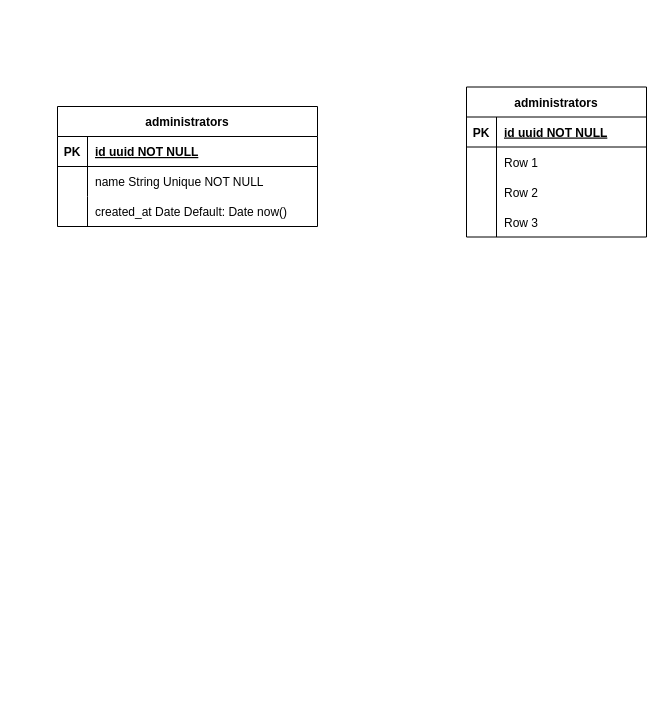
gabrieldouurado/draw.io-reposotory keeps this draw.io diagram as Diagrama sem nome.drawio. Above is the earlier version. Source tidied: cells renumbered, new cells numbered last; positions are measured from the earlier drawing's top-left corner, leaving out a move shared by most shapes. Both pictures are drawn from the tidied source at 100%, with x=0, y=0 at pixel (57, 86).
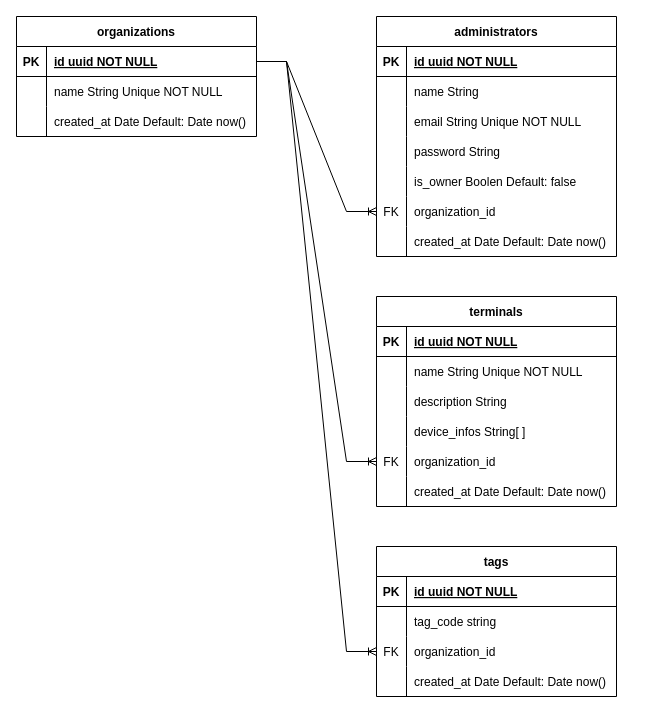
Above is the later version.

The edit, as a diff of the source:
```diff
@@
     <mxCell id="2" value="administrators" style="shape=table;startSize=30;childLayout=tableLayout;rowLines=0;fontStyle=1;align=center;" parent="1" vertex="1">
-      <mxGeometry x="409" y="0.5" width="180" height="150" as="geometry" />
+      <mxGeometry x="319" y="-70" width="240" height="240" as="geometry" />
     </mxCell>
     <mxCell id="3" style="shape=tableRow;horizontal=0;startSize=0;swimlaneHead=0;swimlaneBody=0;fillColor=none;top=0;left=0;right=0;bottom=1;" parent="2" vertex="1">
-      <mxGeometry y="30" width="180" height="30" as="geometry" />
+      <mxGeometry y="30" width="240" height="30" as="geometry" />
     </mxCell>
@@
     <mxCell id="5" value="id uuid NOT NULL" style="shape=partialRectangle;fillColor=none;top=0;left=0;bottom=0;right=0;align=left;spacingLeft=6;fontStyle=5;overflow=hidden;" parent="3" vertex="1">
-      <mxGeometry x="30" width="150" height="30" as="geometry" />
+      <mxGeometry x="30" width="210" height="30" as="geometry" />
     </mxCell>
     <mxCell id="6" style="shape=tableRow;horizontal=0;startSize=0;swimlaneHead=0;swimlaneBody=0;fillColor=none;top=0;left=0;right=0;bottom=0;" parent="2" vertex="1">
-      <mxGeometry y="60" width="180" height="30" as="geometry" />
+      <mxGeometry y="60" width="240" height="30" as="geometry" />
     </mxCell>
@@
-    <mxCell id="8" value="Row 1" style="shape=partialRectangle;fillColor=none;top=0;left=0;bottom=0;right=0;align=left;spacingLeft=6;overflow=hidden;" parent="6" vertex="1">
-      <mxGeometry x="30" width="150" height="30" as="geometry" />
+    <mxCell id="8" value="name String " style="shape=partialRectangle;fillColor=none;top=0;left=0;bottom=0;right=0;align=left;spacingLeft=6;overflow=hidden;" parent="6" vertex="1">
+      <mxGeometry x="30" width="210" height="30" as="geometry" />
     </mxCell>
     <mxCell id="9" style="shape=tableRow;horizontal=0;startSize=0;swimlaneHead=0;swimlaneBody=0;fillColor=none;top=0;left=0;right=0;bottom=0;" parent="2" vertex="1">
-      <mxGeometry y="90" width="180" height="30" as="geometry" />
+      <mxGeometry y="90" width="240" height="30" as="geometry" />
     </mxCell>
@@
-    <mxCell id="11" value="Row 2" style="shape=partialRectangle;fillColor=none;top=0;left=0;bottom=0;right=0;align=left;spacingLeft=6;overflow=hidden;" parent="9" vertex="1">
-      <mxGeometry x="30" width="150" height="30" as="geometry" />
+    <mxCell id="11" value="email String Unique NOT NULL" style="shape=partialRectangle;fillColor=none;top=0;left=0;bottom=0;right=0;align=left;spacingLeft=6;overflow=hidden;" parent="9" vertex="1">
+      <mxGeometry x="30" width="210" height="30" as="geometry" />
     </mxCell>
     <mxCell id="12" style="shape=tableRow;horizontal=0;startSize=0;swimlaneHead=0;swimlaneBody=0;fillColor=none;top=0;left=0;right=0;bottom=0;" parent="2" vertex="1">
-      <mxGeometry y="120" width="180" height="30" as="geometry" />
+      <mxGeometry y="120" width="240" height="30" as="geometry" />
     </mxCell>
@@
-    <mxCell id="14" value="Row 3" style="shape=partialRectangle;fillColor=none;top=0;left=0;bottom=0;right=0;align=left;spacingLeft=6;overflow=hidden;" parent="12" vertex="1">
-      <mxGeometry x="30" width="150" height="30" as="geometry" />
+    <mxCell id="14" value="password String" style="shape=partialRectangle;fillColor=none;top=0;left=0;bottom=0;right=0;align=left;spacingLeft=6;overflow=hidden;" parent="12" vertex="1">
+      <mxGeometry x="30" width="210" height="30" as="geometry" />
     </mxCell>
+    <mxCell id="25" style="shape=tableRow;horizontal=0;startSize=0;swimlaneHead=0;swimlaneBody=0;fillColor=none;top=0;left=0;right=0;bottom=0;" parent="2" vertex="1">
+      <mxGeometry y="150" width="240" height="30" as="geometry" />
+    </mxCell>
+    <mxCell id="26" style="shape=partialRectangle;fillColor=none;top=0;left=0;bottom=0;right=0;overflow=hidden;" parent="25" vertex="1">
+      <mxGeometry width="30" height="30" as="geometry" />
+    </mxCell>
+    <mxCell id="27" value="is_owner Boolen Default: false" style="shape=partialRectangle;fillColor=none;top=0;left=0;bottom=0;right=0;align=left;spacingLeft=6;overflow=hidden;" parent="25" vertex="1">
+      <mxGeometry x="30" width="210" height="30" as="geometry" />
+    </mxCell>
+    <mxCell id="28" style="shape=tableRow;horizontal=0;startSize=0;swimlaneHead=0;swimlaneBody=0;fillColor=none;points=[[0,0.5],[1,0.5]];portConstraint=eastwest;top=0;left=0;right=0;bottom=0;" parent="2" vertex="1">
+      <mxGeometry y="180" width="240" height="30" as="geometry" />
+    </mxCell>
+    <mxCell id="29" value="FK" style="shape=partialRectangle;fillColor=none;top=0;left=0;bottom=0;right=0;overflow=hidden;" parent="28" vertex="1">
+      <mxGeometry width="30" height="30" as="geometry" />
+    </mxCell>
+    <mxCell id="30" value="organization_id" style="shape=partialRectangle;fillColor=none;top=0;left=0;bottom=0;right=0;align=left;spacingLeft=6;overflow=hidden;" parent="28" vertex="1">
+      <mxGeometry x="30" width="210" height="30" as="geometry" />
+    </mxCell>
+    <mxCell id="31" style="shape=tableRow;horizontal=0;startSize=0;swimlaneHead=0;swimlaneBody=0;fillColor=none;top=0;left=0;right=0;bottom=0;" parent="2" vertex="1">
+      <mxGeometry y="210" width="240" height="30" as="geometry" />
+    </mxCell>
+    <mxCell id="32" style="shape=partialRectangle;fillColor=none;top=0;left=0;bottom=0;right=0;overflow=hidden;" parent="31" vertex="1">
+      <mxGeometry width="30" height="30" as="geometry" />
+    </mxCell>
+    <mxCell id="33" value="created_at Date Default: Date now()" style="shape=partialRectangle;fillColor=none;top=0;left=0;bottom=0;right=0;align=left;spacingLeft=6;overflow=hidden;" parent="31" vertex="1">
+      <mxGeometry x="30" width="210" height="30" as="geometry" />
+    </mxCell>
-    <mxCell id="15" value="administrators" style="shape=table;startSize=30;childLayout=tableLayout;rowLines=0;fontStyle=1;align=center;" parent="1" vertex="1">
-      <mxGeometry y="20" width="260" height="120" as="geometry" />
+    <mxCell id="15" value="organizations" style="shape=table;startSize=30;childLayout=tableLayout;rowLines=0;fontStyle=1;align=center;" parent="1" vertex="1">
+      <mxGeometry x="-41" y="-70" width="240" height="120" as="geometry" />
     </mxCell>
     <mxCell id="16" style="shape=tableRow;horizontal=0;startSize=0;swimlaneHead=0;swimlaneBody=0;fillColor=none;points=[[0,0.5],[1,0.5]];portConstraint=eastwest;top=0;left=0;right=0;bottom=1;" parent="15" vertex="1">
-      <mxGeometry y="30" width="260" height="30" as="geometry" />
+      <mxGeometry y="30" width="240" height="30" as="geometry" />
     </mxCell>
@@
     <mxCell id="18" value="id uuid NOT NULL" style="shape=partialRectangle;fillColor=none;top=0;left=0;bottom=0;right=0;align=left;spacingLeft=6;fontStyle=5;overflow=hidden;" parent="16" vertex="1">
-      <mxGeometry x="30" width="230" height="30" as="geometry" />
+      <mxGeometry x="30" width="210" height="30" as="geometry" />
     </mxCell>
     <mxCell id="19" style="shape=tableRow;horizontal=0;startSize=0;swimlaneHead=0;swimlaneBody=0;fillColor=none;top=0;left=0;right=0;bottom=0;" parent="15" vertex="1">
-      <mxGeometry y="60" width="260" height="30" as="geometry" />
+      <mxGeometry y="60" width="240" height="30" as="geometry" />
     </mxCell>
@@
     <mxCell id="21" value="name String Unique NOT NULL" style="shape=partialRectangle;fillColor=none;top=0;left=0;bottom=0;right=0;align=left;spacingLeft=6;overflow=hidden;" parent="19" vertex="1">
-      <mxGeometry x="30" width="230" height="30" as="geometry" />
+      <mxGeometry x="30" width="210" height="30" as="geometry" />
     </mxCell>
     <mxCell id="22" style="shape=tableRow;horizontal=0;startSize=0;swimlaneHead=0;swimlaneBody=0;fillColor=none;top=0;left=0;right=0;bottom=0;" parent="15" vertex="1">
-      <mxGeometry y="90" width="260" height="30" as="geometry" />
+      <mxGeometry y="90" width="240" height="30" as="geometry" />
     </mxCell>
@@
     <mxCell id="24" value="created_at Date Default: Date now() " style="shape=partialRectangle;fillColor=none;top=0;left=0;bottom=0;right=0;align=left;spacingLeft=6;overflow=hidden;" parent="22" vertex="1">
-      <mxGeometry x="30" width="230" height="30" as="geometry" />
+      <mxGeometry x="30" width="210" height="30" as="geometry" />
     </mxCell>
+    <mxCell id="34" style="edgeStyle=entityRelationEdgeStyle;fontSize=12;html=1;endArrow=ERoneToMany;rounded=0;entryX=0;entryY=0.5;entryDx=0;entryDy=0;exitX=1;exitY=0.5;exitDx=0;exitDy=0;" parent="1" edge="1" source="16" target="28">
+      <mxGeometry relative="1" as="geometry" />
+    </mxCell>
+    <mxCell id="35" value="terminals" style="shape=table;startSize=30;childLayout=tableLayout;rowLines=0;fontStyle=1;align=center;" parent="1" vertex="1">
+      <mxGeometry x="319" y="210" width="240" height="210" as="geometry" />
+    </mxCell>
+    <mxCell id="36" style="shape=tableRow;horizontal=0;startSize=0;swimlaneHead=0;swimlaneBody=0;fillColor=none;top=0;left=0;right=0;bottom=1;" parent="35" vertex="1">
+      <mxGeometry y="30" width="240" height="30" as="geometry" />
+    </mxCell>
+    <mxCell id="37" value="PK" style="shape=partialRectangle;fillColor=none;top=0;left=0;bottom=0;right=0;fontStyle=1;overflow=hidden;" parent="36" vertex="1">
+      <mxGeometry width="30" height="30" as="geometry" />
+    </mxCell>
+    <mxCell id="38" value="id uuid NOT NULL" style="shape=partialRectangle;fillColor=none;top=0;left=0;bottom=0;right=0;align=left;spacingLeft=6;fontStyle=5;overflow=hidden;" parent="36" vertex="1">
+      <mxGeometry x="30" width="210" height="30" as="geometry" />
+    </mxCell>
+    <mxCell id="39" style="shape=tableRow;horizontal=0;startSize=0;swimlaneHead=0;swimlaneBody=0;fillColor=none;top=0;left=0;right=0;bottom=0;" parent="35" vertex="1">
+      <mxGeometry y="60" width="240" height="30" as="geometry" />
+    </mxCell>
+    <mxCell id="40" style="shape=partialRectangle;fillColor=none;top=0;left=0;bottom=0;right=0;overflow=hidden;" parent="39" vertex="1">
+      <mxGeometry width="30" height="30" as="geometry" />
+    </mxCell>
+    <mxCell id="41" value="name String Unique NOT NULL" style="shape=partialRectangle;fillColor=none;top=0;left=0;bottom=0;right=0;align=left;spacingLeft=6;overflow=hidden;" parent="39" vertex="1">
+      <mxGeometry x="30" width="210" height="30" as="geometry" />
+    </mxCell>
+    <mxCell id="42" style="shape=tableRow;horizontal=0;startSize=0;swimlaneHead=0;swimlaneBody=0;fillColor=none;top=0;left=0;right=0;bottom=0;" parent="35" vertex="1">
+      <mxGeometry y="90" width="240" height="30" as="geometry" />
+    </mxCell>
+    <mxCell id="43" style="shape=partialRectangle;fillColor=none;top=0;left=0;bottom=0;right=0;overflow=hidden;" parent="42" vertex="1">
+      <mxGeometry width="30" height="30" as="geometry" />
+    </mxCell>
+    <mxCell id="44" value="description String " style="shape=partialRectangle;fillColor=none;top=0;left=0;bottom=0;right=0;align=left;spacingLeft=6;overflow=hidden;" parent="42" vertex="1">
+      <mxGeometry x="30" width="210" height="30" as="geometry" />
+    </mxCell>
+    <mxCell id="45" style="shape=tableRow;horizontal=0;startSize=0;swimlaneHead=0;swimlaneBody=0;fillColor=none;top=0;left=0;right=0;bottom=0;" parent="35" vertex="1">
+      <mxGeometry y="120" width="240" height="30" as="geometry" />
+    </mxCell>
+    <mxCell id="46" style="shape=partialRectangle;fillColor=none;top=0;left=0;bottom=0;right=0;overflow=hidden;" parent="45" vertex="1">
+      <mxGeometry width="30" height="30" as="geometry" />
+    </mxCell>
+    <mxCell id="47" value="device_infos String[ ]" style="shape=partialRectangle;fillColor=none;top=0;left=0;bottom=0;right=0;align=left;spacingLeft=6;overflow=hidden;" parent="45" vertex="1">
+      <mxGeometry x="30" width="210" height="30" as="geometry" />
+    </mxCell>
+    <mxCell id="48" style="shape=tableRow;horizontal=0;startSize=0;swimlaneHead=0;swimlaneBody=0;fillColor=none;points=[[0,0.5],[1,0.5]];portConstraint=eastwest;top=0;left=0;right=0;bottom=0;" parent="35" vertex="1">
+      <mxGeometry y="150" width="240" height="30" as="geometry" />
+    </mxCell>
+    <mxCell id="49" value="FK" style="shape=partialRectangle;fillColor=none;top=0;left=0;bottom=0;right=0;overflow=hidden;" parent="48" vertex="1">
+      <mxGeometry width="30" height="30" as="geometry" />
+    </mxCell>
+    <mxCell id="50" value="organization_id" style="shape=partialRectangle;fillColor=none;top=0;left=0;bottom=0;right=0;align=left;spacingLeft=6;overflow=hidden;" parent="48" vertex="1">
+      <mxGeometry x="30" width="210" height="30" as="geometry" />
+    </mxCell>
+    <mxCell id="51" style="shape=tableRow;horizontal=0;startSize=0;swimlaneHead=0;swimlaneBody=0;fillColor=none;top=0;left=0;right=0;bottom=0;" parent="35" vertex="1">
+      <mxGeometry y="180" width="240" height="30" as="geometry" />
+    </mxCell>
+    <mxCell id="52" style="shape=partialRectangle;fillColor=none;top=0;left=0;bottom=0;right=0;overflow=hidden;" parent="51" vertex="1">
+      <mxGeometry width="30" height="30" as="geometry" />
+    </mxCell>
+    <mxCell id="53" value="created_at Date Default: Date now()" style="shape=partialRectangle;fillColor=none;top=0;left=0;bottom=0;right=0;align=left;spacingLeft=6;overflow=hidden;" parent="51" vertex="1">
+      <mxGeometry x="30" width="210" height="30" as="geometry" />
+    </mxCell>
+    <mxCell id="54" style="edgeStyle=entityRelationEdgeStyle;fontSize=12;html=1;endArrow=ERoneToMany;rounded=0;entryX=0;entryY=0.5;entryDx=0;entryDy=0;exitX=1;exitY=0.5;exitDx=0;exitDy=0;" parent="1" edge="1" source="16" target="48">
+      <mxGeometry relative="1" as="geometry" />
+    </mxCell>
+    <mxCell id="55" value="tags" style="shape=table;startSize=30;childLayout=tableLayout;rowLines=0;fontStyle=1;align=center;" parent="1" vertex="1">
+      <mxGeometry x="319" y="460" width="240" height="150" as="geometry" />
+    </mxCell>
+    <mxCell id="56" style="shape=tableRow;horizontal=0;startSize=0;swimlaneHead=0;swimlaneBody=0;fillColor=none;top=0;left=0;right=0;bottom=1;" parent="55" vertex="1">
+      <mxGeometry y="30" width="240" height="30" as="geometry" />
+    </mxCell>
+    <mxCell id="57" value="PK" style="shape=partialRectangle;fillColor=none;top=0;left=0;bottom=0;right=0;fontStyle=1;overflow=hidden;" parent="56" vertex="1">
+      <mxGeometry width="30" height="30" as="geometry" />
+    </mxCell>
+    <mxCell id="58" value="id uuid NOT NULL" style="shape=partialRectangle;fillColor=none;top=0;left=0;bottom=0;right=0;align=left;spacingLeft=6;fontStyle=5;overflow=hidden;" parent="56" vertex="1">
+      <mxGeometry x="30" width="210" height="30" as="geometry" />
+    </mxCell>
+    <mxCell id="59" style="shape=tableRow;horizontal=0;startSize=0;swimlaneHead=0;swimlaneBody=0;fillColor=none;top=0;left=0;right=0;bottom=0;" parent="55" vertex="1">
+      <mxGeometry y="60" width="240" height="30" as="geometry" />
+    </mxCell>
+    <mxCell id="60" style="shape=partialRectangle;fillColor=none;top=0;left=0;bottom=0;right=0;overflow=hidden;" parent="59" vertex="1">
+      <mxGeometry width="30" height="30" as="geometry" />
+    </mxCell>
+    <mxCell id="61" value="tag_code string" style="shape=partialRectangle;fillColor=none;top=0;left=0;bottom=0;right=0;align=left;spacingLeft=6;overflow=hidden;" parent="59" vertex="1">
+      <mxGeometry x="30" width="210" height="30" as="geometry" />
+    </mxCell>
+    <mxCell id="62" style="shape=tableRow;horizontal=0;startSize=0;swimlaneHead=0;swimlaneBody=0;fillColor=none;points=[[0,0.5],[1,0.5]];portConstraint=eastwest;top=0;left=0;right=0;bottom=0;" parent="55" vertex="1">
+      <mxGeometry y="90" width="240" height="30" as="geometry" />
+    </mxCell>
+    <mxCell id="63" value="FK" style="shape=partialRectangle;fillColor=none;top=0;left=0;bottom=0;right=0;overflow=hidden;" parent="62" vertex="1">
+      <mxGeometry width="30" height="30" as="geometry" />
+    </mxCell>
+    <mxCell id="64" value="organization_id" style="shape=partialRectangle;fillColor=none;top=0;left=0;bottom=0;right=0;align=left;spacingLeft=6;overflow=hidden;" parent="62" vertex="1">
+      <mxGeometry x="30" width="210" height="30" as="geometry" />
+    </mxCell>
+    <mxCell id="65" style="shape=tableRow;horizontal=0;startSize=0;swimlaneHead=0;swimlaneBody=0;fillColor=none;top=0;left=0;right=0;bottom=0;" parent="55" vertex="1">
+      <mxGeometry y="120" width="240" height="30" as="geometry" />
+    </mxCell>
+    <mxCell id="66" style="shape=partialRectangle;fillColor=none;top=0;left=0;bottom=0;right=0;overflow=hidden;" parent="65" vertex="1">
+      <mxGeometry width="30" height="30" as="geometry" />
+    </mxCell>
+    <mxCell id="67" value="created_at Date Default: Date now()" style="shape=partialRectangle;fillColor=none;top=0;left=0;bottom=0;right=0;align=left;spacingLeft=6;overflow=hidden;" parent="65" vertex="1">
+      <mxGeometry x="30" width="210" height="30" as="geometry" />
+    </mxCell>
+    <mxCell id="68" style="edgeStyle=entityRelationEdgeStyle;fontSize=12;html=1;endArrow=ERoneToMany;rounded=0;entryX=0;entryY=0.5;entryDx=0;entryDy=0;exitX=1;exitY=0.5;exitDx=0;exitDy=0;" parent="1" edge="1" source="16" target="62">
+      <mxGeometry relative="1" as="geometry" />
+    </mxCell>
```
